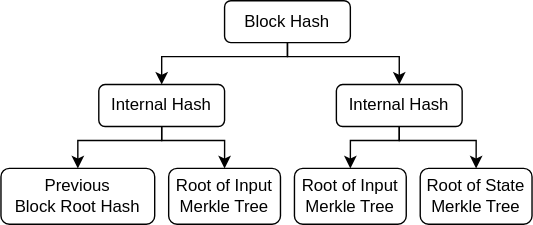
The draw.io diagram assets/hip-1056/root-hashes.svg in hiero-ledger/hiero-improvement-proposals, before a commit. Source tidied: cells renumbered, new cells last; positions are measured from the earlier drawing's top-left corner, leaving out a move shared by most shapes.
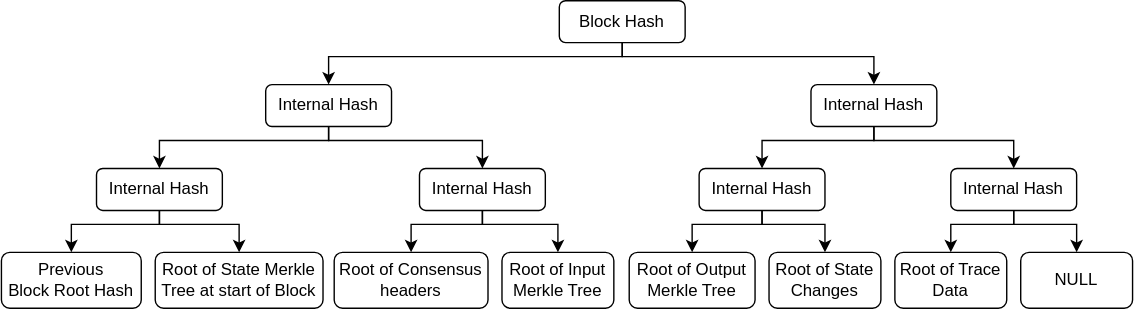
After the commit.

Commit message:
Add 8 leaf merkle tree and Trace Data improvements

What changed in the source:
```diff
@@ -2,74 +2,162 @@
   <root>
     <mxCell id="0" />
     <mxCell id="1" parent="0" />
-    <mxCell id="2" style="edgeStyle=orthogonalEdgeStyle;rounded=0;jettySize=auto;html=1;" parent="1" edge="1" source="4" target="11">
-      <mxGeometry relative="1" as="geometry">
-        <Array as="points">
-          <mxPoint x="205" y="40" />
-          <mxPoint x="115" y="40" />
-        </Array>
-      </mxGeometry>
-    </mxCell>
-    <mxCell id="3" style="edgeStyle=orthogonalEdgeStyle;rounded=0;jettySize=auto;html=1;entryX=0.5;entryY=0;entryDx=0;entryDy=0;exitX=0.5;exitY=1;exitDx=0;exitDy=0;" parent="1" edge="1" source="4" target="14">
-      <mxGeometry relative="1" as="geometry">
-        <Array as="points">
-          <mxPoint x="205" y="40" />
-          <mxPoint x="285" y="40" />
-        </Array>
-      </mxGeometry>
-    </mxCell>
-    <mxCell id="4" value="Block Hash" style="rounded=1;whiteSpace=wrap;html=1;" parent="1" vertex="1">
-      <mxGeometry x="160" width="90" height="30" as="geometry" />
-    </mxCell>
     <mxCell id="5" value="Previous &lt;br&gt;Block Root Hash" style="rounded=1;whiteSpace=wrap;html=1;" parent="1" vertex="1">
-      <mxGeometry y="120" width="110" height="40" as="geometry" />
+      <mxGeometry x="-89" y="120" width="100" height="40" as="geometry" />
     </mxCell>
-    <mxCell id="6" value="Root of Input Merkle Tree" style="rounded=1;whiteSpace=wrap;html=1;" parent="1" vertex="1">
-      <mxGeometry x="120" y="120" width="80" height="40" as="geometry" />
+    <mxCell id="6" value="Root of State Merkle Tree at start of Block" style="rounded=1;whiteSpace=wrap;html=1;" parent="1" vertex="1">
+      <mxGeometry x="21" y="120" width="120" height="40" as="geometry" />
     </mxCell>
-    <mxCell id="7" value="Root of Input Merkle Tree" style="rounded=1;whiteSpace=wrap;html=1;" parent="1" vertex="1">
-      <mxGeometry x="210" y="120" width="80" height="40" as="geometry" />
+    <mxCell id="7" value="Root of Consensus headers" style="rounded=1;whiteSpace=wrap;html=1;" parent="1" vertex="1">
+      <mxGeometry x="149" y="120" width="110" height="40" as="geometry" />
     </mxCell>
-    <mxCell id="8" value="Root of State Merkle Tree" style="rounded=1;whiteSpace=wrap;html=1;" parent="1" vertex="1">
-      <mxGeometry x="300" y="120" width="80" height="40" as="geometry" />
+    <mxCell id="8" value="Root of Input Merkle Tree" style="rounded=1;whiteSpace=wrap;html=1;" parent="1" vertex="1">
+      <mxGeometry x="269" y="120" width="80" height="40" as="geometry" />
     </mxCell>
-    <mxCell id="9" style="edgeStyle=orthogonalEdgeStyle;rounded=0;jettySize=auto;html=1;" parent="1" edge="1" source="11" target="5">
+    <mxCell id="9" style="edgeStyle=orthogonalEdgeStyle;rounded=0;jettySize=auto;html=1;entryX=0.5;entryY=0;entryDx=0;entryDy=0;exitX=0.5;exitY=1;exitDx=0;exitDy=0;" parent="1" edge="1" source="11" target="5">
       <mxGeometry relative="1" as="geometry">
         <Array as="points">
-          <mxPoint x="115" y="100" />
-          <mxPoint x="55" y="100" />
+          <mxPoint x="24" y="100" />
+          <mxPoint x="-39" y="100" />
         </Array>
       </mxGeometry>
     </mxCell>
-    <mxCell id="10" style="edgeStyle=orthogonalEdgeStyle;rounded=0;jettySize=auto;html=1;entryX=0.5;entryY=0;entryDx=0;entryDy=0;" parent="1" edge="1" source="11" target="6">
+    <mxCell id="10" style="edgeStyle=orthogonalEdgeStyle;rounded=0;jettySize=auto;html=1;entryX=0.5;entryY=0;entryDx=0;entryDy=0;exitX=0.5;exitY=1;exitDx=0;exitDy=0;" parent="1" edge="1" source="11" target="6">
       <mxGeometry relative="1" as="geometry">
         <Array as="points">
-          <mxPoint x="115" y="100" />
-          <mxPoint x="160" y="100" />
+          <mxPoint x="24" y="100" />
+          <mxPoint x="81" y="100" />
         </Array>
       </mxGeometry>
     </mxCell>
     <mxCell id="11" value="Internal Hash" style="rounded=1;whiteSpace=wrap;html=1;" parent="1" vertex="1">
-      <mxGeometry x="70" y="60" width="90" height="30" as="geometry" />
+      <mxGeometry x="-21" y="60" width="90" height="30" as="geometry" />
     </mxCell>
-    <mxCell id="12" style="edgeStyle=orthogonalEdgeStyle;rounded=0;jettySize=auto;html=1;entryX=0.5;entryY=0;entryDx=0;entryDy=0;" parent="1" edge="1" source="14" target="7">
+    <mxCell id="12" style="edgeStyle=orthogonalEdgeStyle;rounded=0;jettySize=auto;html=1;entryX=0.5;entryY=0;entryDx=0;entryDy=0;exitX=0.5;exitY=1;exitDx=0;exitDy=0;" parent="1" edge="1" source="14" target="7">
       <mxGeometry relative="1" as="geometry">
         <Array as="points">
-          <mxPoint x="285" y="100" />
-          <mxPoint x="250" y="100" />
+          <mxPoint x="255" y="100" />
+          <mxPoint x="204" y="100" />
         </Array>
       </mxGeometry>
     </mxCell>
     <mxCell id="13" style="edgeStyle=orthogonalEdgeStyle;rounded=0;jettySize=auto;html=1;entryX=0.5;entryY=0;entryDx=0;entryDy=0;" parent="1" edge="1" source="14" target="8">
       <mxGeometry relative="1" as="geometry">
         <Array as="points">
-          <mxPoint x="285" y="100" />
-          <mxPoint x="340" y="100" />
+          <mxPoint x="255" y="100" />
+          <mxPoint x="309" y="100" />
         </Array>
       </mxGeometry>
     </mxCell>
     <mxCell id="14" value="Internal Hash" style="rounded=1;whiteSpace=wrap;html=1;" parent="1" vertex="1">
-      <mxGeometry x="240" y="60" width="90" height="30" as="geometry" />
+      <mxGeometry x="210" y="60" width="90" height="30" as="geometry" />
     </mxCell>
+    <mxCell id="15" value="Root of Output Merkle Tree" style="rounded=1;whiteSpace=wrap;html=1;" parent="1" vertex="1">
+      <mxGeometry x="360" y="120" width="90" height="40" as="geometry" />
+    </mxCell>
+    <mxCell id="16" value="Root of State Changes" style="rounded=1;whiteSpace=wrap;html=1;" parent="1" vertex="1">
+      <mxGeometry x="460" y="120" width="80" height="40" as="geometry" />
+    </mxCell>
+    <mxCell id="17" value="Root of Trace Data" style="rounded=1;whiteSpace=wrap;html=1;" parent="1" vertex="1">
+      <mxGeometry x="550" y="120" width="80" height="40" as="geometry" />
+    </mxCell>
+    <mxCell id="18" value="NULL" style="rounded=1;whiteSpace=wrap;html=1;" parent="1" vertex="1">
+      <mxGeometry x="640" y="120" width="80" height="40" as="geometry" />
+    </mxCell>
+    <mxCell id="19" style="edgeStyle=orthogonalEdgeStyle;rounded=0;jettySize=auto;html=1;entryX=0.5;entryY=0;entryDx=0;entryDy=0;" parent="1" edge="1" source="21" target="15">
+      <mxGeometry relative="1" as="geometry">
+        <Array as="points">
+          <mxPoint x="455" y="100" />
+          <mxPoint x="405" y="100" />
+        </Array>
+      </mxGeometry>
+    </mxCell>
+    <mxCell id="20" style="edgeStyle=orthogonalEdgeStyle;rounded=0;jettySize=auto;html=1;entryX=0.5;entryY=0;entryDx=0;entryDy=0;" parent="1" edge="1" source="21" target="16">
+      <mxGeometry relative="1" as="geometry">
+        <Array as="points">
+          <mxPoint x="455" y="100" />
+          <mxPoint x="500" y="100" />
+        </Array>
+      </mxGeometry>
+    </mxCell>
+    <mxCell id="21" value="Internal Hash" style="rounded=1;whiteSpace=wrap;html=1;" parent="1" vertex="1">
+      <mxGeometry x="410" y="60" width="90" height="30" as="geometry" />
+    </mxCell>
+    <mxCell id="22" style="edgeStyle=orthogonalEdgeStyle;rounded=0;jettySize=auto;html=1;entryX=0.5;entryY=0;entryDx=0;entryDy=0;" parent="1" edge="1" source="24" target="17">
+      <mxGeometry relative="1" as="geometry">
+        <Array as="points">
+          <mxPoint x="635" y="100" />
+          <mxPoint x="590" y="100" />
+        </Array>
+      </mxGeometry>
+    </mxCell>
+    <mxCell id="23" style="edgeStyle=orthogonalEdgeStyle;rounded=0;jettySize=auto;html=1;entryX=0.5;entryY=0;entryDx=0;entryDy=0;exitX=0.5;exitY=1;exitDx=0;exitDy=0;" parent="1" edge="1" source="24" target="18">
+      <mxGeometry relative="1" as="geometry">
+        <Array as="points">
+          <mxPoint x="635" y="100" />
+          <mxPoint x="680" y="100" />
+        </Array>
+      </mxGeometry>
+    </mxCell>
+    <mxCell id="24" value="Internal Hash" style="rounded=1;whiteSpace=wrap;html=1;" parent="1" vertex="1">
+      <mxGeometry x="590" y="60" width="90" height="30" as="geometry" />
+    </mxCell>
+    <mxCell id="25" style="edgeStyle=orthogonalEdgeStyle;rounded=0;jettySize=auto;html=1;entryX=0.5;entryY=0;entryDx=0;entryDy=0;" parent="1" edge="1" source="4" target="29">
+      <mxGeometry relative="1" as="geometry">
+        <Array as="points">
+          <mxPoint x="355" y="-20" />
+          <mxPoint x="145" y="-20" />
+        </Array>
+      </mxGeometry>
+    </mxCell>
+    <mxCell id="26" style="edgeStyle=orthogonalEdgeStyle;rounded=0;jettySize=auto;html=1;entryX=0.5;entryY=0;entryDx=0;entryDy=0;exitX=0.5;exitY=1;exitDx=0;exitDy=0;" parent="1" edge="1" source="4" target="32">
+      <mxGeometry relative="1" as="geometry">
+        <Array as="points">
+          <mxPoint x="355" y="-20" />
+          <mxPoint x="535" y="-20" />
+        </Array>
+      </mxGeometry>
+    </mxCell>
+    <mxCell id="4" value="Block Hash" style="rounded=1;whiteSpace=wrap;html=1;" parent="1" vertex="1">
+      <mxGeometry x="310" y="-60" width="90" height="30" as="geometry" />
+    </mxCell>
+    <mxCell id="27" style="edgeStyle=orthogonalEdgeStyle;rounded=0;jettySize=auto;html=1;exitX=0.5;exitY=1;exitDx=0;exitDy=0;entryX=0.5;entryY=0;entryDx=0;entryDy=0;" parent="1" edge="1" source="29" target="14">
+      <mxGeometry relative="1" as="geometry">
+        <Array as="points">
+          <mxPoint x="145" y="40" />
+          <mxPoint x="255" y="40" />
+        </Array>
+      </mxGeometry>
+    </mxCell>
+    <mxCell id="28" style="edgeStyle=orthogonalEdgeStyle;rounded=0;jettySize=auto;html=1;exitX=0.5;exitY=1;exitDx=0;exitDy=0;entryX=0.5;entryY=0;entryDx=0;entryDy=0;" parent="1" edge="1" source="29" target="11">
+      <mxGeometry relative="1" as="geometry">
+        <Array as="points">
+          <mxPoint x="145" y="40" />
+          <mxPoint x="24" y="40" />
+        </Array>
+      </mxGeometry>
+    </mxCell>
+    <mxCell id="29" value="Internal Hash" style="rounded=1;whiteSpace=wrap;html=1;" parent="1" vertex="1">
+      <mxGeometry x="100" width="90" height="30" as="geometry" />
+    </mxCell>
+    <mxCell id="30" style="edgeStyle=orthogonalEdgeStyle;rounded=0;jettySize=auto;html=1;exitX=0.5;exitY=1;exitDx=0;exitDy=0;entryX=0.5;entryY=0;entryDx=0;entryDy=0;" parent="1" edge="1" source="32" target="21">
+      <mxGeometry relative="1" as="geometry">
+        <Array as="points">
+          <mxPoint x="535" y="40" />
+          <mxPoint x="455" y="40" />
+        </Array>
+      </mxGeometry>
+    </mxCell>
+    <mxCell id="31" style="edgeStyle=orthogonalEdgeStyle;rounded=0;jettySize=auto;html=1;exitX=0.5;exitY=1;exitDx=0;exitDy=0;entryX=0.5;entryY=0;entryDx=0;entryDy=0;" parent="1" edge="1" source="32" target="24">
+      <mxGeometry relative="1" as="geometry">
+        <Array as="points">
+          <mxPoint x="535" y="40" />
+          <mxPoint x="635" y="40" />
+        </Array>
+      </mxGeometry>
+    </mxCell>
+    <mxCell id="32" value="Internal Hash" style="rounded=1;whiteSpace=wrap;html=1;" parent="1" vertex="1">
+      <mxGeometry x="490" width="90" height="30" as="geometry" />
+    </mxCell>
   </root>
 </mxGraphModel>
```
